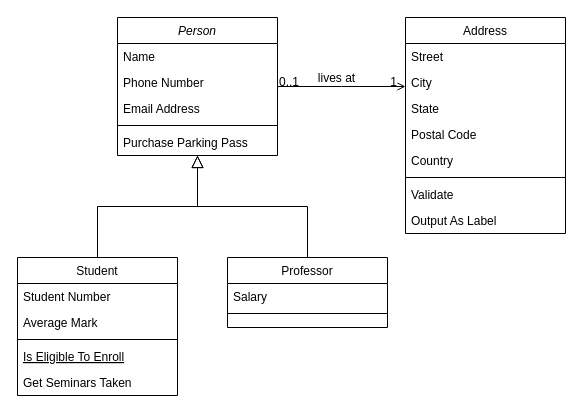
dash-cat/course keeps this draw.io diagram as page "Page-1" (1 of 2) of Untitled Diagram.drawio. Above is the earlier version. Source tidied: cells renumbered, new cells numbered last; positions are measured from the earlier drawing's top-left corner, leaving out a move shared by most shapes. Both pictures are drawn from the tidied source at 100%, with x=0, y=0 at pixel (17, 17).
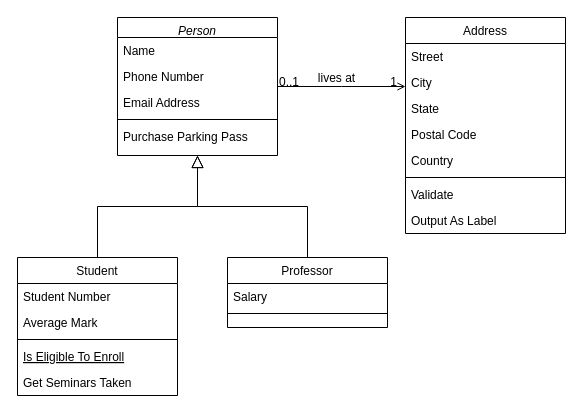
The same diagram, later.

The edit, as a diff of the source:
```diff
@@
-    <mxCell id="2" value="Person" style="swimlane;fontStyle=2;align=center;verticalAlign=top;horizontal=1;startSize=26;rounded=0;shadow=0;strokeWidth=1;" parent="1" vertex="1">
+    <mxCell id="2" value="Person" style="swimlane;fontStyle=2;align=center;verticalAlign=top;horizontal=1;startSize=20;rounded=0;shadow=0;strokeWidth=1;" parent="1" vertex="1">
       <mxGeometry x="100" width="160" height="138" as="geometry" />
     </mxCell>
     <mxCell id="3" value="Name" style="text;align=left;verticalAlign=top;spacingLeft=4;spacingRight=4;overflow=hidden;" parent="2" vertex="1">
-      <mxGeometry y="26" width="160" height="26" as="geometry" />
+      <mxGeometry y="20" width="160" height="26" as="geometry" />
     </mxCell>
     <mxCell id="4" value="Phone Number" style="text;align=left;verticalAlign=top;spacingLeft=4;spacingRight=4;overflow=hidden;rounded=0;shadow=0;html=0;" parent="2" vertex="1">
-      <mxGeometry y="52" width="160" height="26" as="geometry" />
+      <mxGeometry y="46" width="160" height="26" as="geometry" />
     </mxCell>
     <mxCell id="5" value="Email Address" style="text;align=left;verticalAlign=top;spacingLeft=4;spacingRight=4;overflow=hidden;rounded=0;shadow=0;html=0;" parent="2" vertex="1">
-      <mxGeometry y="78" width="160" height="26" as="geometry" />
+      <mxGeometry y="72" width="160" height="26" as="geometry" />
     </mxCell>
     <mxCell id="6" style="line;html=1;strokeWidth=1;align=left;verticalAlign=middle;spacingTop=-1;spacingLeft=3;spacingRight=3;labelPosition=right;" parent="2" vertex="1">
-      <mxGeometry y="104" width="160" height="8" as="geometry" />
+      <mxGeometry y="98" width="160" height="8" as="geometry" />
     </mxCell>
     <mxCell id="7" value="Purchase Parking Pass" style="text;align=left;verticalAlign=top;spacingLeft=4;spacingRight=4;overflow=hidden;" parent="2" vertex="1">
-      <mxGeometry y="112" width="160" height="26" as="geometry" />
+      <mxGeometry y="106" width="160" height="26" as="geometry" />
     </mxCell>
```
